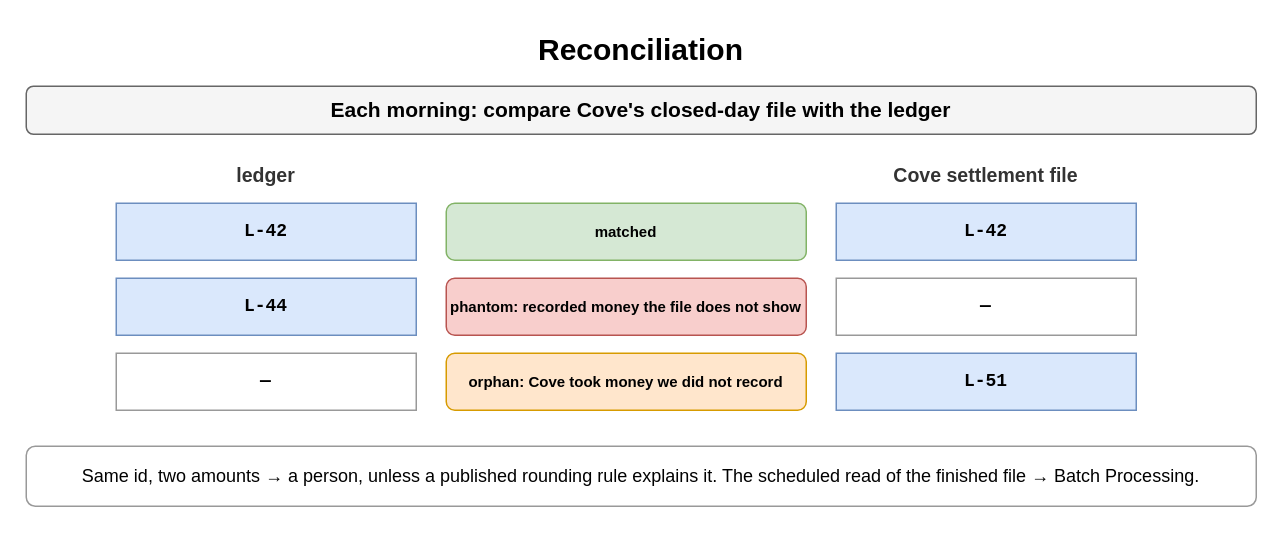
The draw.io diagram page "Reconciliation" (4 of 7) of content/09_System_Design_Interview/23_Payment_and_Financial_Systems/diagrams/payments.drawio in amendez13/swe-study-guide, before the edit. Source tidied: cells renumbered, new cells numbered last; positions are measured from the earlier drawing's top-left corner, leaving out a move shared by most shapes. Both pictures are drawn from the tidied source at 150%, with x=0, y=0 at pixel (26, 26).
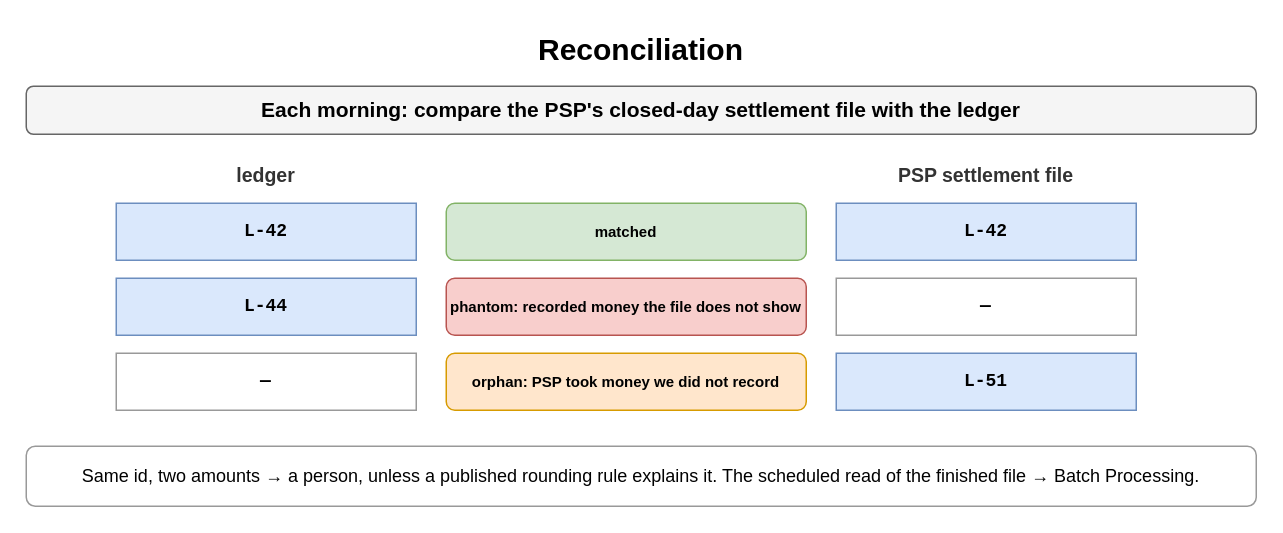
Above is the later version.

Diff of the diagram source:
```diff
@@
 <mxGraphModel>
   <root>
     <mxCell id="0" />
     <mxCell id="1" parent="0" />
     <mxCell id="2" value="Reconciliation" style="text;html=1;align=center;verticalAlign=middle;whiteSpace=wrap;fontSize=20;fontStyle=1;" parent="1" vertex="1">
       <mxGeometry width="820" height="30" as="geometry" />
     </mxCell>
-    <mxCell id="3" value="Each morning: compare Cove's closed-day file with the ledger" style="rounded=1;whiteSpace=wrap;html=1;fillColor=#f5f5f5;strokeColor=#666666;fontStyle=1;fontSize=14;" parent="1" vertex="1">
+    <mxCell id="3" value="Each morning: compare the PSP's closed-day settlement file with the ledger" style="rounded=1;whiteSpace=wrap;html=1;fillColor=#f5f5f5;strokeColor=#666666;fontStyle=1;fontSize=14;" parent="1" vertex="1">
       <mxGeometry y="40" width="820" height="32" as="geometry" />
     </mxCell>
     <mxCell id="4" value="ledger" style="text;html=1;whiteSpace=wrap;fontSize=11;align=center;verticalAlign=middle;fontSize=13;fontColor=#333333;fontStyle=1;" parent="1" vertex="1">
       <mxGeometry x="60" y="90" width="200" height="18" as="geometry" />
     </mxCell>
-    <mxCell id="5" value="Cove settlement file" style="text;html=1;whiteSpace=wrap;fontSize=11;align=center;verticalAlign=middle;fontSize=13;fontColor=#333333;fontStyle=1;" parent="1" vertex="1">
+    <mxCell id="5" value="PSP settlement file" style="text;html=1;whiteSpace=wrap;fontSize=11;align=center;verticalAlign=middle;fontSize=13;fontColor=#333333;fontStyle=1;" parent="1" vertex="1">
       <mxGeometry x="520" y="90" width="240" height="18" as="geometry" />
     </mxCell>
     <mxCell id="6" value="L-42" style="rounded=0;whiteSpace=wrap;html=1;fontFamily=Courier New;fontStyle=1;fontSize=13;fillColor=#dae8fc;strokeColor=#6c8ebf;fontSize=12;" parent="1" vertex="1">
       <mxGeometry x="60" y="118" width="200" height="38" as="geometry" />
     </mxCell>
     <mxCell id="7" value="L-42" style="rounded=0;whiteSpace=wrap;html=1;fontFamily=Courier New;fontStyle=1;fontSize=13;fillColor=#dae8fc;strokeColor=#6c8ebf;fontSize=12;" parent="1" vertex="1">
       <mxGeometry x="540" y="118" width="200" height="38" as="geometry" />
     </mxCell>
     <mxCell id="8" value="matched" style="rounded=1;whiteSpace=wrap;html=1;fillColor=#d5e8d4;strokeColor=#82b366;fontSize=10;align=center;fontStyle=1;" parent="1" vertex="1">
       <mxGeometry x="280" y="118" width="240" height="38" as="geometry" />
     </mxCell>
     <mxCell id="9" value="L-44" style="rounded=0;whiteSpace=wrap;html=1;fontFamily=Courier New;fontStyle=1;fontSize=13;fillColor=#dae8fc;strokeColor=#6c8ebf;fontSize=12;" parent="1" vertex="1">
       <mxGeometry x="60" y="168" width="200" height="38" as="geometry" />
     </mxCell>
     <mxCell id="10" value="—" style="rounded=0;whiteSpace=wrap;html=1;fontFamily=Courier New;fontStyle=1;fontSize=13;fillColor=#ffffff;strokeColor=#999999;fontSize=12;" parent="1" vertex="1">
       <mxGeometry x="540" y="168" width="200" height="38" as="geometry" />
     </mxCell>
     <mxCell id="11" value="phantom: recorded money the file does not show" style="rounded=1;whiteSpace=wrap;html=1;fillColor=#f8cecc;strokeColor=#b85450;fontSize=10;align=center;fontStyle=1;" parent="1" vertex="1">
       <mxGeometry x="280" y="168" width="240" height="38" as="geometry" />
     </mxCell>
     <mxCell id="12" value="—" style="rounded=0;whiteSpace=wrap;html=1;fontFamily=Courier New;fontStyle=1;fontSize=13;fillColor=#ffffff;strokeColor=#999999;fontSize=12;" parent="1" vertex="1">
       <mxGeometry x="60" y="218" width="200" height="38" as="geometry" />
     </mxCell>
     <mxCell id="13" value="L-51" style="rounded=0;whiteSpace=wrap;html=1;fontFamily=Courier New;fontStyle=1;fontSize=13;fillColor=#dae8fc;strokeColor=#6c8ebf;fontSize=12;" parent="1" vertex="1">
       <mxGeometry x="540" y="218" width="200" height="38" as="geometry" />
     </mxCell>
-    <mxCell id="14" value="orphan: Cove took money we did not record" style="rounded=1;whiteSpace=wrap;html=1;fillColor=#ffe6cc;strokeColor=#d79b00;fontSize=10;align=center;fontStyle=1;" parent="1" vertex="1">
+    <mxCell id="14" value="orphan: PSP took money we did not record" style="rounded=1;whiteSpace=wrap;html=1;fillColor=#ffe6cc;strokeColor=#d79b00;fontSize=10;align=center;fontStyle=1;" parent="1" vertex="1">
       <mxGeometry x="280" y="218" width="240" height="38" as="geometry" />
     </mxCell>
     <mxCell id="15" value="Same id, two amounts → a person, unless a published rounding rule explains it. The scheduled read of the finished file → Batch Processing." style="rounded=1;whiteSpace=wrap;html=1;fillColor=#ffffff;strokeColor=#999999;fontSize=12;align=center;" parent="1" vertex="1">
       <mxGeometry y="280" width="820" height="40" as="geometry" />
     </mxCell>
   </root>
 </mxGraphModel>
```
